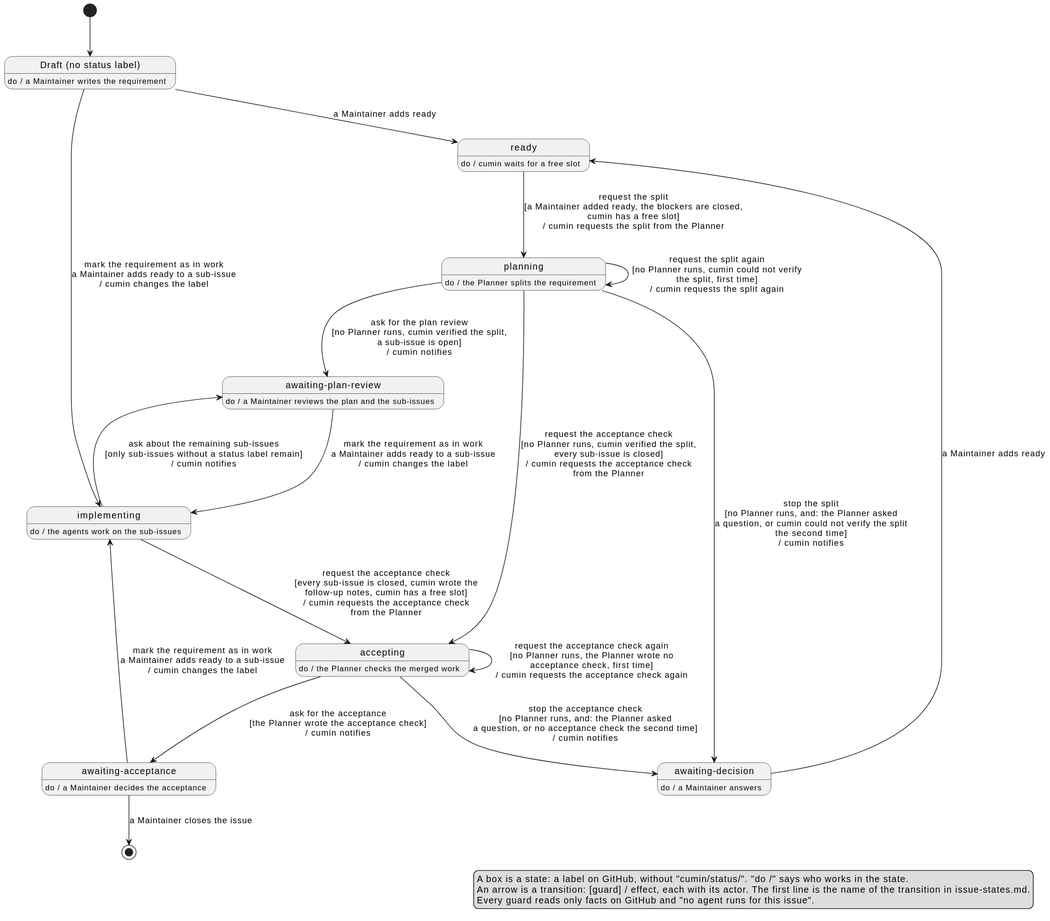
cloveclovedev/cumin-works keeps this PlantUML diagram as docs/ja/requirements/workflow/requirement-issue-states.svg. Above is the earlier version.
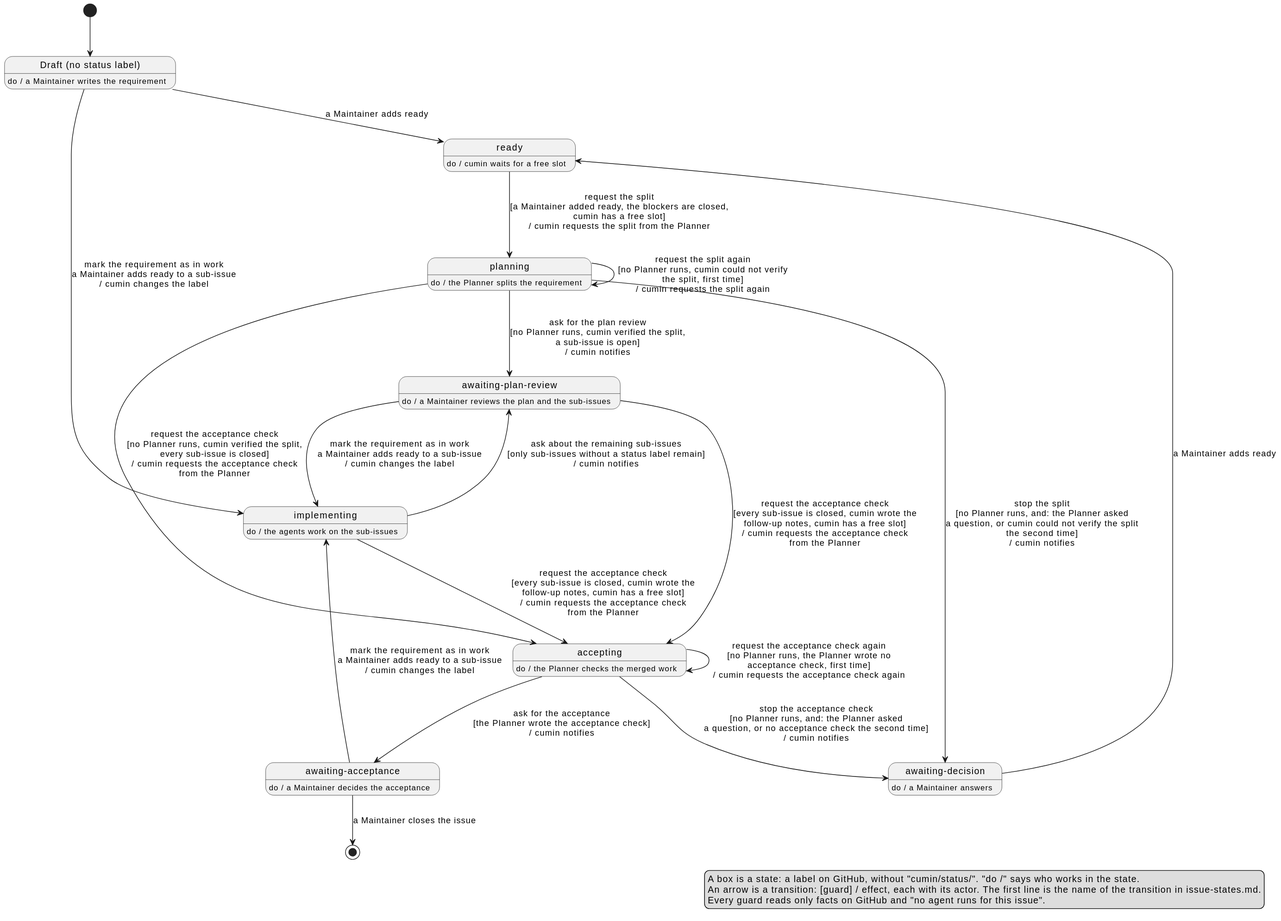
Later version of the same file.

Commit message:
docs(requirements): request the acceptance check from the plan review state too (#663)

What changed in the source:
```diff
@@ -36,6 +36,7 @@
 Planning --> Decision : stop the split\n[no Planner runs, and: the Planner asked\na question, or cumin could not verify the split\nthe second time]\n/ cumin notifies
 PlanReview --> Implementing : mark the requirement as in work\na Maintainer adds ready to a sub-issue\n/ cumin changes the label
 Implementing --> Accepting : request the acceptance check\n[every sub-issue is closed, cumin wrote the\nfollow-up notes, cumin has a free slot]\n/ cumin requests the acceptance check\nfrom the Planner
+PlanReview --> Accepting : request the acceptance check\n[every sub-issue is closed, cumin wrote the\nfollow-up notes, cumin has a free slot]\n/ cumin requests the acceptance check\nfrom the Planner
 Implementing --> PlanReview : ask about the remaining sub-issues\n[only sub-issues without a status label remain]\n/ cumin notifies
 Accepting --> Acceptance : ask for the acceptance\n[the Planner wrote the acceptance check]\n/ cumin notifies
 Accepting --> Accepting : request the acceptance check again\n[no Planner runs, the Planner wrote no\nacceptance check, first time]\n/ cumin requests the acceptance check again
```
